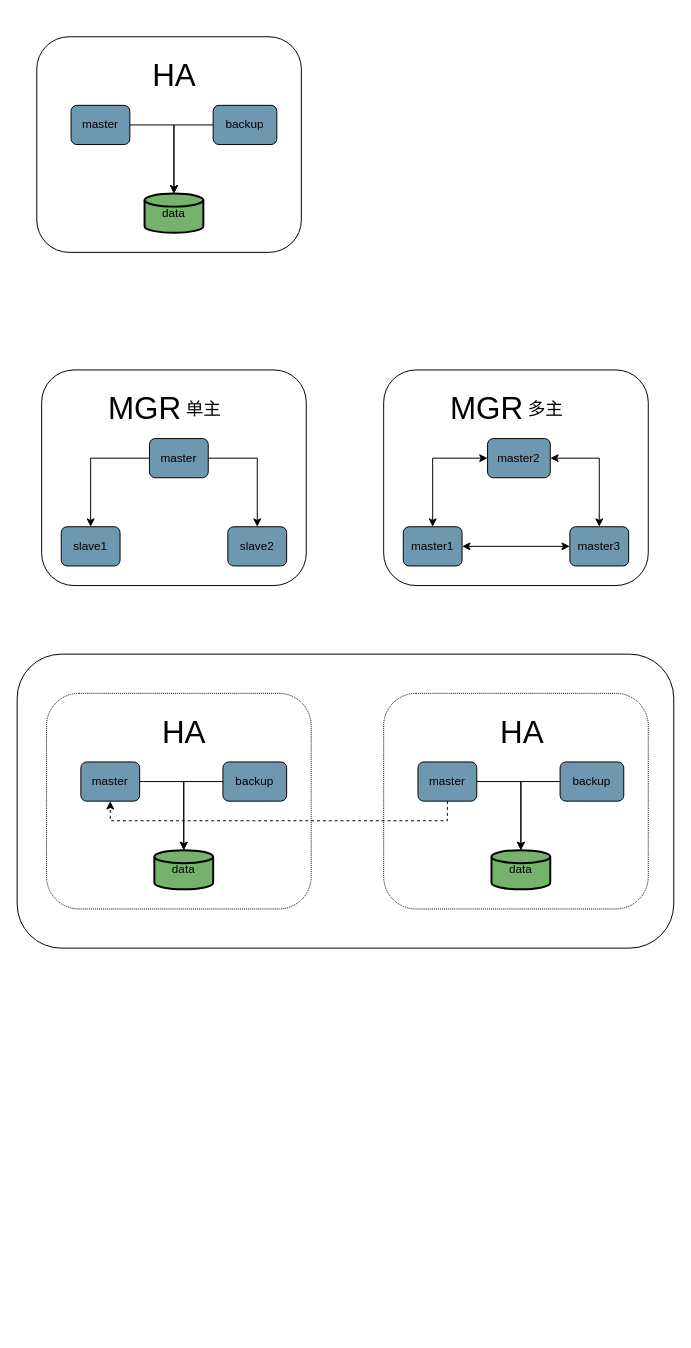
Earlier version of the draw.io diagram page "HA" (1 of 2) of dbscan/dbscan.drawio (maopashui/drawio). Source tidied: cells renumbered, new cells numbered last; positions are measured from the earlier drawing's top-left corner, leaving out a move shared by most shapes. Both pictures are drawn from the tidied source at 98%, with x=0, y=0 at pixel (17, 17).
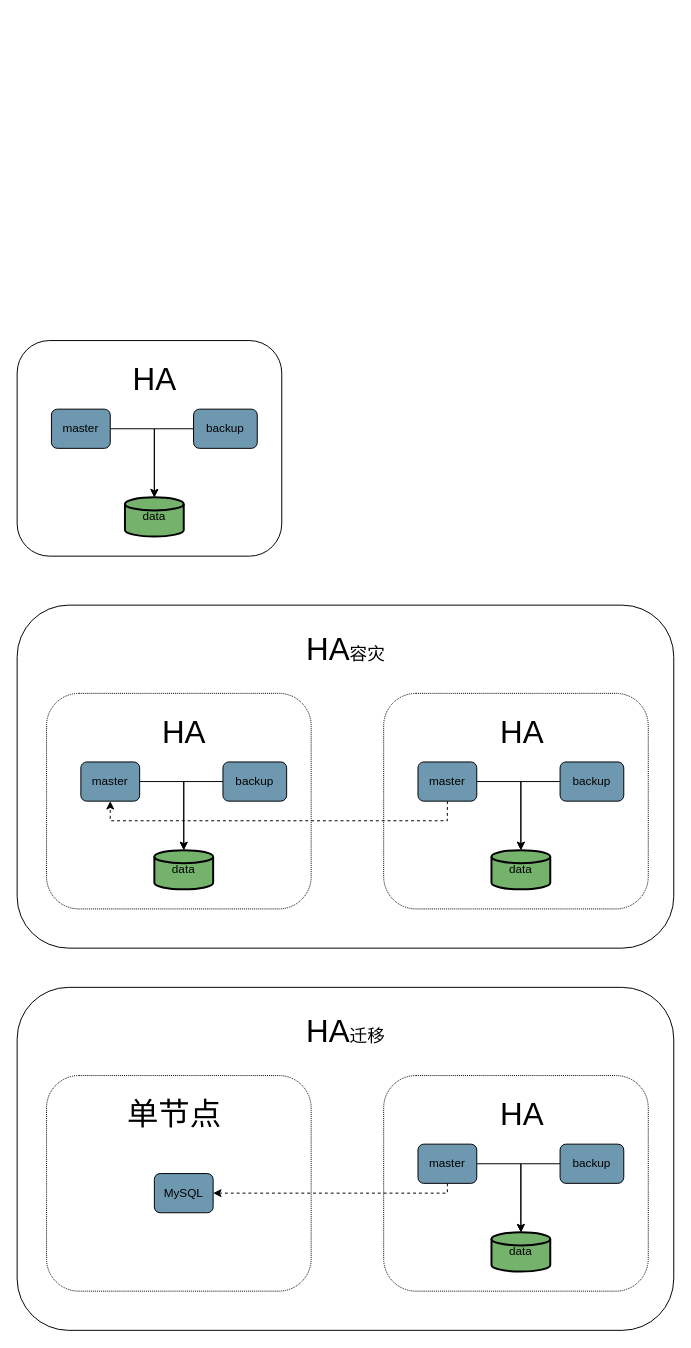
After the change.

Commit message:
更新dbscan-ha单节点复制迁移.drawio

Change to the diagram source:
```diff
@@
     <mxCell id="2" style="rounded=1;whiteSpace=wrap;html=1;glass=0;fillColor=none;fillStyle=auto;gradientColor=none;" parent="1" vertex="1">
-      <mxGeometry x="20" y="20" width="270" height="220" as="geometry" />
+      <mxGeometry y="330" width="270" height="220" as="geometry" />
     </mxCell>
     <mxCell id="3" value="data" style="strokeWidth=2;html=1;shape=mxgraph.flowchart.database;whiteSpace=wrap;rounded=1;glass=0;fillColor=#75B36D;" parent="1" vertex="1">
-      <mxGeometry x="130" y="180" width="60" height="40" as="geometry" />
+      <mxGeometry x="110" y="490" width="60" height="40" as="geometry" />
     </mxCell>
@@
     <mxCell id="5" value="master" style="rounded=1;whiteSpace=wrap;html=1;glass=0;fillColor=#6E98AF;" parent="1" vertex="1">
-      <mxGeometry x="55" y="90" width="60" height="40" as="geometry" />
+      <mxGeometry x="35" y="400" width="60" height="40" as="geometry" />
     </mxCell>
     <mxCell id="6" style="edgeStyle=orthogonalEdgeStyle;rounded=0;jettySize=auto;html=1;" parent="1" edge="1" source="7" target="3">
       <mxGeometry relative="1" as="geometry">
         <Array as="points">
-          <mxPoint x="160" y="110" />
+          <mxPoint x="140" y="420" />
         </Array>
       </mxGeometry>
     </mxCell>
     <mxCell id="7" value="backup" style="rounded=1;whiteSpace=wrap;html=1;glass=0;fillColor=#6E98AF;" parent="1" vertex="1">
-      <mxGeometry x="200" y="90" width="65" height="40" as="geometry" />
+      <mxGeometry x="180" y="400" width="65" height="40" as="geometry" />
     </mxCell>
     <mxCell id="8" value="&lt;p style=&quot;font-size: 32px;&quot;&gt;HA&lt;/p&gt;" style="text;html=1;align=center;verticalAlign=middle;rounded=0;glass=0;fillStyle=auto;rotation=0;fontSize=32;" parent="1" vertex="1">
-      <mxGeometry x="125" width="70" height="120" as="geometry" />
+      <mxGeometry x="105" y="310" width="70" height="120" as="geometry" />
     </mxCell>
-    <mxCell id="9" style="rounded=1;whiteSpace=wrap;html=1;glass=0;fillColor=none;fillStyle=auto;gradientColor=none;" parent="1" vertex="1">
-      <mxGeometry x="25" y="360" width="270" height="220" as="geometry" />
-    </mxCell>
-    <mxCell id="10" value="slave1" style="rounded=1;whiteSpace=wrap;html=1;glass=0;fillColor=#6E98AF;" parent="1" vertex="1">
-      <mxGeometry x="45" y="520" width="60" height="40" as="geometry" />
-    </mxCell>
-    <mxCell id="11" value="slave2" style="rounded=1;whiteSpace=wrap;html=1;glass=0;fillColor=#6E98AF;" parent="1" vertex="1">
-      <mxGeometry x="215" y="520" width="60" height="40" as="geometry" />
-    </mxCell>
-    <mxCell id="12" style="edgeStyle=orthogonalEdgeStyle;rounded=0;jettySize=auto;html=1;fontFamily=Helvetica;fontSize=32;" parent="1" edge="1" source="14" target="10">
-      <mxGeometry relative="1" as="geometry" />
-    </mxCell>
-    <mxCell id="13" style="edgeStyle=orthogonalEdgeStyle;rounded=0;jettySize=auto;html=1;entryX=0.5;entryY=0;entryDx=0;entryDy=0;fontFamily=Helvetica;fontSize=32;" parent="1" edge="1" source="14" target="11">
-      <mxGeometry relative="1" as="geometry" />
-    </mxCell>
-    <mxCell id="14" value="master" style="rounded=1;whiteSpace=wrap;html=1;glass=0;fillColor=#6E98AF;" parent="1" vertex="1">
-      <mxGeometry x="135" y="430" width="60" height="40" as="geometry" />
-    </mxCell>
-    <mxCell id="15" value="&lt;p style=&quot;font-size: 32px;&quot;&gt;MGR&lt;/p&gt;" style="text;html=1;align=center;verticalAlign=middle;rounded=0;glass=0;fillStyle=auto;rotation=0;fontSize=32;" parent="1" vertex="1">
-      <mxGeometry x="80" y="340" width="100" height="120" as="geometry" />
-    </mxCell>
-    <mxCell id="16" value="单主" style="text;html=1;align=center;verticalAlign=middle;fillColor=none;strokeColor=none;rounded=0;glass=0;fillStyle=auto;fontFamily=Helvetica;fontSize=18;" parent="1" vertex="1">
-      <mxGeometry x="160" y="385" width="60" height="30" as="geometry" />
-    </mxCell>
-    <mxCell id="17" style="rounded=1;whiteSpace=wrap;html=1;glass=0;fillColor=none;fillStyle=auto;gradientColor=none;" parent="1" vertex="1">
-      <mxGeometry x="374" y="360" width="270" height="220" as="geometry" />
-    </mxCell>
-    <mxCell id="18" style="edgeStyle=orthogonalEdgeStyle;rounded=0;jettySize=auto;html=1;fontFamily=Helvetica;fontSize=18;startArrow=classic;startFill=1;" parent="1" edge="1" source="19" target="20">
-      <mxGeometry relative="1" as="geometry" />
-    </mxCell>
-    <mxCell id="19" value="master1" style="rounded=1;whiteSpace=wrap;html=1;glass=0;fillColor=#6E98AF;" parent="1" vertex="1">
-      <mxGeometry x="394" y="520" width="60" height="40" as="geometry" />
-    </mxCell>
-    <mxCell id="20" value="master3" style="rounded=1;whiteSpace=wrap;html=1;glass=0;fillColor=#6E98AF;" parent="1" vertex="1">
-      <mxGeometry x="564" y="520" width="60" height="40" as="geometry" />
-    </mxCell>
-    <mxCell id="21" style="edgeStyle=orthogonalEdgeStyle;rounded=0;jettySize=auto;html=1;entryX=0.5;entryY=0;entryDx=0;entryDy=0;fontFamily=Helvetica;fontSize=18;verticalAlign=middle;startArrow=classic;startFill=1;" parent="1" edge="1" source="23" target="19">
-      <mxGeometry relative="1" as="geometry" />
-    </mxCell>
-    <mxCell id="22" style="edgeStyle=orthogonalEdgeStyle;rounded=0;jettySize=auto;html=1;entryX=0.5;entryY=0;entryDx=0;entryDy=0;fontFamily=Helvetica;fontSize=18;startArrow=classic;startFill=1;" parent="1" edge="1" source="23" target="20">
-      <mxGeometry relative="1" as="geometry" />
-    </mxCell>
-    <mxCell id="23" value="master2" style="rounded=1;whiteSpace=wrap;html=1;glass=0;fillColor=#6E98AF;" parent="1" vertex="1">
-      <mxGeometry x="480" y="430" width="64" height="40" as="geometry" />
-    </mxCell>
-    <mxCell id="24" value="&lt;p style=&quot;font-size: 32px;&quot;&gt;MGR&lt;/p&gt;" style="text;html=1;align=center;verticalAlign=middle;rounded=0;glass=0;fillStyle=auto;rotation=0;fontSize=32;" parent="1" vertex="1">
-      <mxGeometry x="429" y="340" width="100" height="120" as="geometry" />
-    </mxCell>
-    <mxCell id="25" value="多主" style="text;html=1;align=center;verticalAlign=middle;fillColor=none;strokeColor=none;rounded=0;glass=0;fillStyle=auto;fontFamily=Helvetica;fontSize=18;" parent="1" vertex="1">
-      <mxGeometry x="509" y="385" width="60" height="30" as="geometry" />
-    </mxCell>
     <mxCell id="26" style="rounded=1;whiteSpace=wrap;html=1;glass=0;fillStyle=auto;fontFamily=Helvetica;fontSize=18;fillColor=none;gradientColor=none;" parent="1" vertex="1">
-      <mxGeometry y="650" width="670" height="300" as="geometry" />
+      <mxGeometry y="600" width="670" height="350" as="geometry" />
     </mxCell>
@@
+    <mxCell id="42" value="HA&lt;font style=&quot;font-size: 18px;&quot;&gt;容灾&lt;/font&gt;" style="text;html=1;align=center;verticalAlign=middle;fillColor=none;strokeColor=none;rounded=0;glass=0;dashed=1;dashPattern=1 1;fillStyle=auto;fontFamily=Helvetica;fontSize=32;" parent="1" vertex="1">
+      <mxGeometry x="285" y="620" width="100" height="50" as="geometry" />
+    </mxCell>
+    <mxCell id="43" style="rounded=1;whiteSpace=wrap;html=1;glass=0;fillStyle=auto;fontFamily=Helvetica;fontSize=18;fillColor=none;gradientColor=none;" parent="1" vertex="1">
+      <mxGeometry y="990" width="670" height="350" as="geometry" />
+    </mxCell>
+    <mxCell id="44" style="rounded=1;whiteSpace=wrap;html=1;glass=0;fillColor=none;fillStyle=auto;gradientColor=none;dashed=1;dashPattern=1 1;" parent="1" vertex="1">
+      <mxGeometry x="30" y="1080" width="270" height="220" as="geometry" />
+    </mxCell>
+    <mxCell id="45" value="MySQL" style="rounded=1;whiteSpace=wrap;html=1;glass=0;fillColor=#6E98AF;" parent="1" vertex="1">
+      <mxGeometry x="140" y="1180" width="60" height="40" as="geometry" />
+    </mxCell>
+    <mxCell id="46" value="&lt;p style=&quot;font-size: 32px;&quot;&gt;单节点&lt;/p&gt;" style="text;html=1;align=center;verticalAlign=middle;rounded=0;glass=0;fillStyle=auto;rotation=0;fontSize=32;" parent="1" vertex="1">
+      <mxGeometry x="100" y="1060" width="120" height="120" as="geometry" />
+    </mxCell>
+    <mxCell id="47" style="rounded=1;whiteSpace=wrap;html=1;glass=0;fillColor=none;fillStyle=auto;gradientColor=none;dashed=1;dashPattern=1 1;" parent="1" vertex="1">
+      <mxGeometry x="374" y="1080" width="270" height="220" as="geometry" />
+    </mxCell>
+    <mxCell id="48" value="data" style="strokeWidth=2;html=1;shape=mxgraph.flowchart.database;whiteSpace=wrap;rounded=1;glass=0;fillColor=#75B36D;" parent="1" vertex="1">
+      <mxGeometry x="484" y="1240" width="60" height="40" as="geometry" />
+    </mxCell>
+    <mxCell id="49" style="edgeStyle=orthogonalEdgeStyle;rounded=0;jettySize=auto;html=1;entryX=0.5;entryY=0;entryDx=0;entryDy=0;entryPerimeter=0;" parent="1" edge="1" source="14" target="48">
+      <mxGeometry relative="1" as="geometry" />
+    </mxCell>
+    <mxCell id="50" style="edgeStyle=orthogonalEdgeStyle;rounded=0;jettySize=auto;html=1;dashed=1;fontFamily=Helvetica;fontSize=18;startArrow=none;startFill=0;" parent="1" edge="1" source="14" target="45">
+      <mxGeometry relative="1" as="geometry">
+        <Array as="points">
+          <mxPoint x="439" y="1200" />
+        </Array>
+      </mxGeometry>
+    </mxCell>
+    <mxCell id="14" value="master" style="rounded=1;whiteSpace=wrap;html=1;glass=0;fillColor=#6E98AF;" parent="1" vertex="1">
+      <mxGeometry x="409" y="1150" width="60" height="40" as="geometry" />
+    </mxCell>
+    <mxCell id="51" style="edgeStyle=orthogonalEdgeStyle;rounded=0;jettySize=auto;html=1;" parent="1" edge="1" source="52" target="48">
+      <mxGeometry relative="1" as="geometry">
+        <Array as="points">
+          <mxPoint x="514" y="1170" />
+        </Array>
+      </mxGeometry>
+    </mxCell>
+    <mxCell id="52" value="backup" style="rounded=1;whiteSpace=wrap;html=1;glass=0;fillColor=#6E98AF;" parent="1" vertex="1">
+      <mxGeometry x="554" y="1150" width="65" height="40" as="geometry" />
+    </mxCell>
+    <mxCell id="53" value="&lt;p style=&quot;font-size: 32px;&quot;&gt;HA&lt;/p&gt;" style="text;html=1;align=center;verticalAlign=middle;rounded=0;glass=0;fillStyle=auto;rotation=0;fontSize=32;" parent="1" vertex="1">
+      <mxGeometry x="480" y="1060" width="70" height="120" as="geometry" />
+    </mxCell>
+    <mxCell id="54" value="HA&lt;font style=&quot;font-size: 18px;&quot;&gt;迁移&lt;/font&gt;" style="text;html=1;align=center;verticalAlign=middle;fillColor=none;strokeColor=none;rounded=0;glass=0;dashed=1;dashPattern=1 1;fillStyle=auto;fontFamily=Helvetica;fontSize=32;" parent="1" vertex="1">
+      <mxGeometry x="285" y="1010" width="100" height="50" as="geometry" />
+    </mxCell>
```
